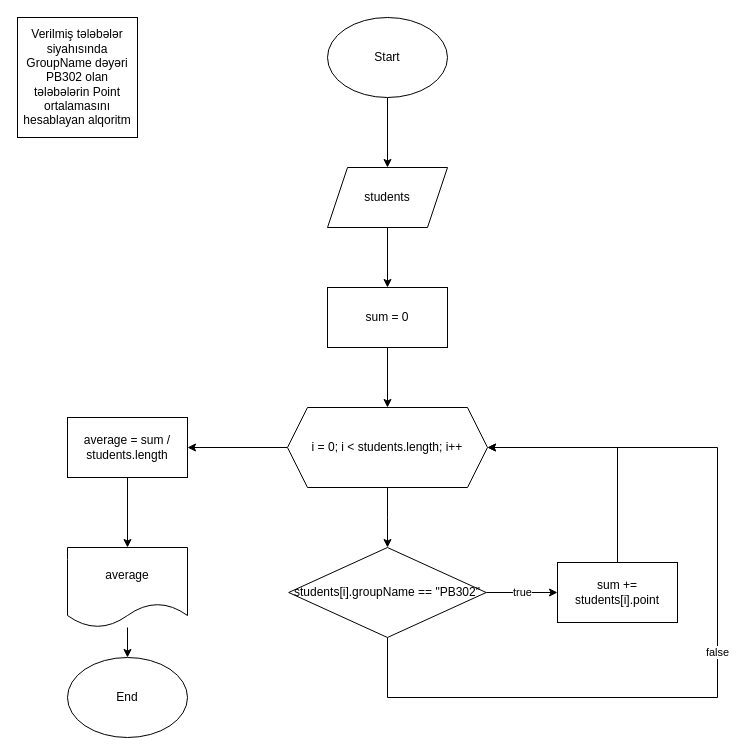
Before: Alghorithm3.drawio in UMMANCODE/Alghorithms5, a draw.io diagram. Source tidied: cells renumbered, new cells numbered last; positions are measured from the earlier drawing's top-left corner, leaving out a move shared by most shapes. Both pictures are drawn from the tidied source at 100%, with x=0, y=0 at pixel (17, 17).
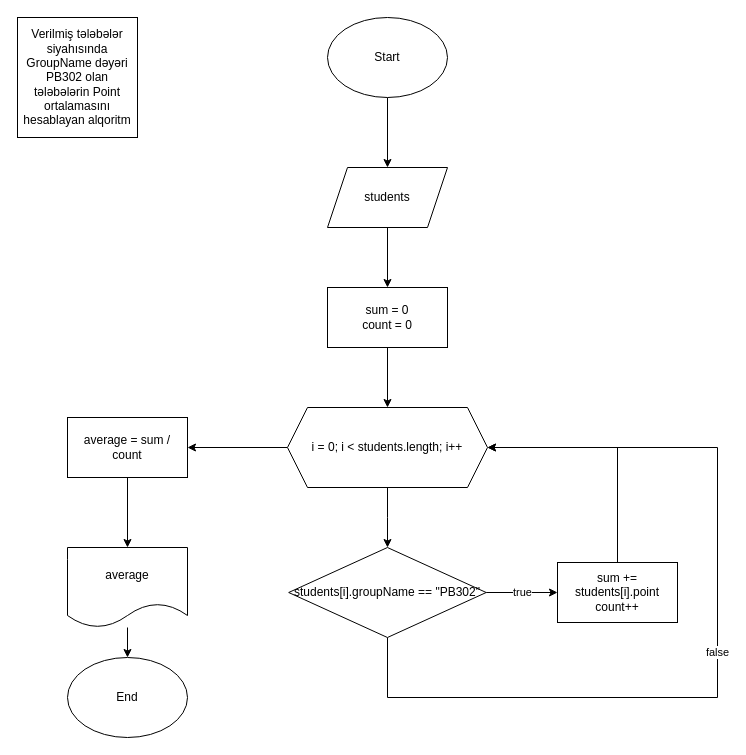
The same page after the edit.

Diff of the diagram source:
```diff
@@
-    <mxCell id="8" value="sum = 0" style="whiteSpace=wrap;html=1;" parent="1" vertex="1">
+    <mxCell id="8" value="sum = 0&lt;br&gt;count = 0" style="whiteSpace=wrap;html=1;" parent="1" vertex="1">
       <mxGeometry x="310" y="270" width="120" height="60" as="geometry" />
     </mxCell>
@@
-    <mxCell id="16" value="sum += students[i].point" style="whiteSpace=wrap;html=1;" parent="1" vertex="1">
+    <mxCell id="16" value="sum += students[i].point&lt;br&gt;count++" style="whiteSpace=wrap;html=1;" parent="1" vertex="1">
       <mxGeometry x="540" y="545" width="120" height="60" as="geometry" />
     </mxCell>
@@
-    <mxCell id="18" value="average = sum / students.length" style="whiteSpace=wrap;html=1;" parent="1" vertex="1">
+    <mxCell id="18" value="average = sum / count" style="whiteSpace=wrap;html=1;" parent="1" vertex="1">
       <mxGeometry x="50" y="400" width="120" height="60" as="geometry" />
     </mxCell>
```
